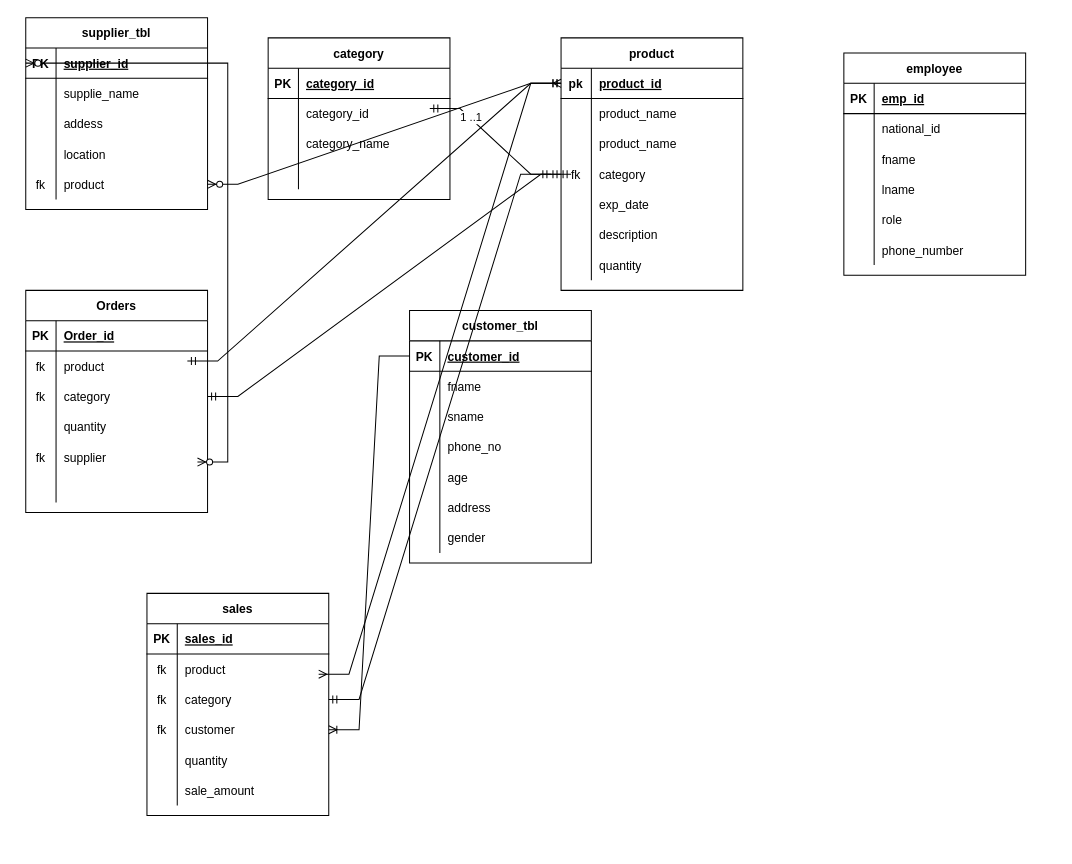
The draw.io diagram ARVAS_db.drawio in flavian-anselmo/Aqua-Monitoring-System, before the edit. Source tidied: cells renumbered, new cells numbered last; positions are measured from the earlier drawing's top-left corner, leaving out a move shared by most shapes. Both pictures are drawn from the tidied source at 101%, with x=0, y=0 at pixel (25, 17).
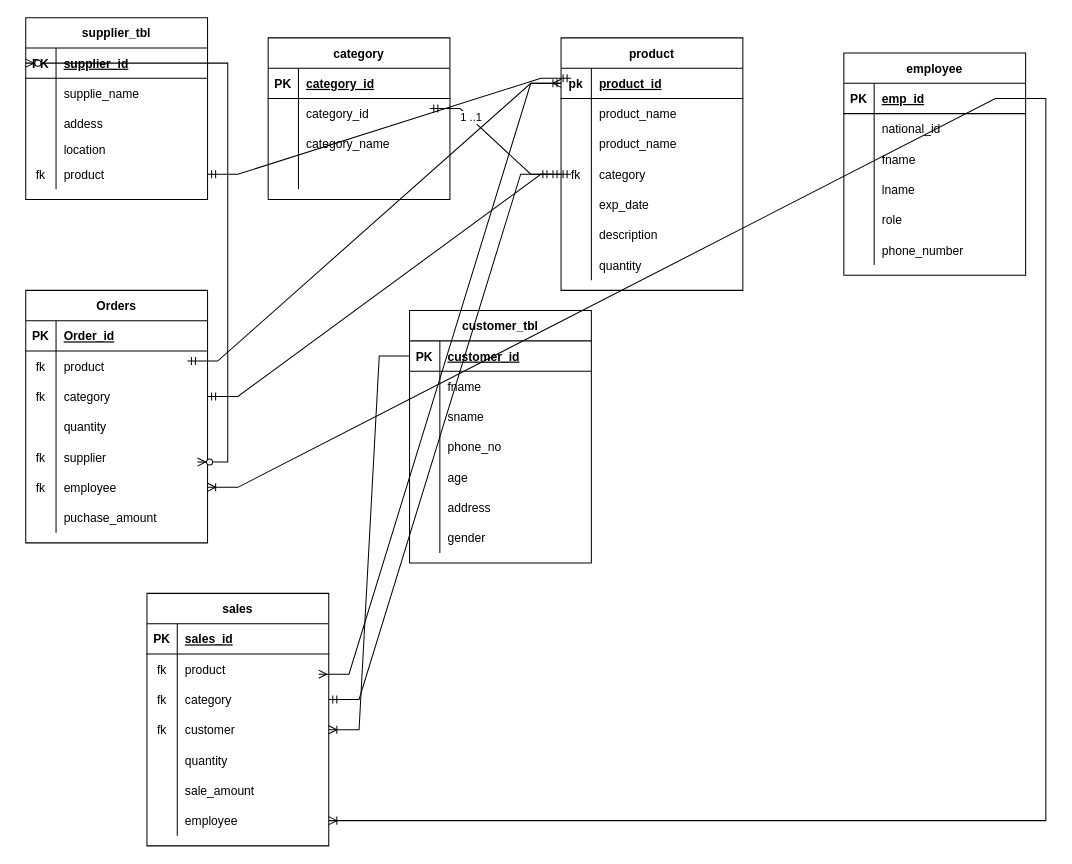
The same diagram, later.

The change refers to these unchanged cells:
```xml
<mxCell id="32" style="shape=tableRow;horizontal=0;startSize=0;swimlaneHead=0;swimlaneBody=0;fillColor=none;points=[[0,0.5],[1,0.5]];portConstraint=eastwest;top=0;left=0;right=0;bottom=1;" parent="31" vertex="1">
  <mxGeometry y="30" width="180" height="30" as="geometry" />
</mxCell>
<mxCell id="69" style="shape=tableRow;horizontal=0;startSize=0;swimlaneHead=0;swimlaneBody=0;fillColor=none;points=[[0,0.5],[1,0.5]];portConstraint=eastwest;top=0;left=0;right=0;bottom=0;" parent="53" vertex="1">
  <mxGeometry y="180" width="180" height="30" as="geometry" />
</mxCell>
<mxCell id="73" style="shape=tableRow;horizontal=0;startSize=0;swimlaneHead=0;swimlaneBody=0;fillColor=none;points=[[0,0.5],[1,0.5]];portConstraint=eastwest;top=0;left=0;right=0;bottom=1;" parent="72" vertex="1">
  <mxGeometry y="30" width="180" height="30" as="geometry" />
</mxCell>
```

Change to the diagram source:
```diff
@@
     <mxCell id="2" value="supplier_tbl" style="shape=table;startSize=30;childLayout=tableLayout;rowLines=0;fontStyle=1;align=center;" parent="1" vertex="1">
-      <mxGeometry width="180" height="190" as="geometry" />
+      <mxGeometry width="180" height="180" as="geometry" />
     </mxCell>
@@
     <mxCell id="12" style="shape=tableRow;horizontal=0;startSize=0;swimlaneHead=0;swimlaneBody=0;fillColor=none;top=0;left=0;right=0;bottom=0;" parent="2" vertex="1">
-      <mxGeometry y="120" width="180" height="30" as="geometry" />
+      <mxGeometry y="120" width="180" height="20" as="geometry" />
     </mxCell>
     <mxCell id="13" style="shape=partialRectangle;fillColor=none;top=0;left=0;bottom=0;right=0;overflow=hidden;" parent="12" vertex="1">
-      <mxGeometry width="30" height="30" as="geometry" />
+      <mxGeometry width="30" height="20" as="geometry" />
     </mxCell>
     <mxCell id="14" value="location" style="shape=partialRectangle;fillColor=none;top=0;left=0;bottom=0;right=0;align=left;spacingLeft=6;overflow=hidden;" parent="12" vertex="1">
-      <mxGeometry x="30" width="150" height="30" as="geometry" />
+      <mxGeometry x="30" width="150" height="20" as="geometry" />
     </mxCell>
     <mxCell id="15" style="shape=tableRow;horizontal=0;startSize=0;swimlaneHead=0;swimlaneBody=0;fillColor=none;points=[[0,0.5],[1,0.5]];portConstraint=eastwest;top=0;left=0;right=0;bottom=0;" parent="2" vertex="1">
-      <mxGeometry y="150" width="180" height="30" as="geometry" />
+      <mxGeometry y="140" width="180" height="30" as="geometry" />
     </mxCell>
@@
     <mxCell id="53" value="Orders" style="shape=table;startSize=30;childLayout=tableLayout;rowLines=0;fontStyle=1;align=center;" parent="1" vertex="1">
-      <mxGeometry y="270" width="180" height="220" as="geometry" />
+      <mxGeometry y="270" width="180" height="250" as="geometry" />
     </mxCell>
@@
-    <mxCell id="70" style="shape=partialRectangle;fillColor=none;top=0;left=0;bottom=0;right=0;overflow=hidden;" parent="69" vertex="1">
+    <mxCell id="70" value="fk" style="shape=partialRectangle;fillColor=none;top=0;left=0;bottom=0;right=0;overflow=hidden;" parent="69" vertex="1">
       <mxGeometry width="30" height="30" as="geometry" />
     </mxCell>
-    <mxCell id="71" style="shape=partialRectangle;fillColor=none;top=0;left=0;bottom=0;right=0;align=left;spacingLeft=6;overflow=hidden;" parent="69" vertex="1">
+    <mxCell id="71" value="employee" style="shape=partialRectangle;fillColor=none;top=0;left=0;bottom=0;right=0;align=left;spacingLeft=6;overflow=hidden;" parent="69" vertex="1">
       <mxGeometry x="30" width="150" height="30" as="geometry" />
     </mxCell>
+    <mxCell id="141" style="shape=tableRow;horizontal=0;startSize=0;swimlaneHead=0;swimlaneBody=0;fillColor=none;top=0;left=0;right=0;bottom=0;" parent="53" vertex="1">
+      <mxGeometry y="210" width="180" height="30" as="geometry" />
+    </mxCell>
+    <mxCell id="142" style="shape=partialRectangle;fillColor=none;top=0;left=0;bottom=0;right=0;overflow=hidden;" parent="141" vertex="1">
+      <mxGeometry width="30" height="30" as="geometry" />
+    </mxCell>
+    <mxCell id="143" value="puchase_amount" style="shape=partialRectangle;fillColor=none;top=0;left=0;bottom=0;right=0;align=left;spacingLeft=6;overflow=hidden;" parent="141" vertex="1">
+      <mxGeometry x="30" width="150" height="30" as="geometry" />
+    </mxCell>
@@
     <mxCell id="91" value="sales" style="shape=table;startSize=30;childLayout=tableLayout;rowLines=0;fontStyle=1;align=center;" parent="1" vertex="1">
-      <mxGeometry x="120" y="570" width="180" height="220" as="geometry" />
+      <mxGeometry x="120" y="570" width="180" height="250" as="geometry" />
     </mxCell>
@@
+    <mxCell id="144" style="shape=tableRow;horizontal=0;startSize=0;swimlaneHead=0;swimlaneBody=0;fillColor=none;points=[[0,0.5],[1,0.5]];portConstraint=eastwest;top=0;left=0;right=0;bottom=0;" parent="91" vertex="1">
+      <mxGeometry y="210" width="180" height="30" as="geometry" />
+    </mxCell>
+    <mxCell id="145" style="shape=partialRectangle;fillColor=none;top=0;left=0;bottom=0;right=0;overflow=hidden;" parent="144" vertex="1">
+      <mxGeometry width="30" height="30" as="geometry" />
+    </mxCell>
+    <mxCell id="146" value="employee" style="shape=partialRectangle;fillColor=none;top=0;left=0;bottom=0;right=0;align=left;spacingLeft=6;overflow=hidden;" parent="144" vertex="1">
+      <mxGeometry x="30" width="150" height="30" as="geometry" />
+    </mxCell>
@@
-    <mxCell id="134" style="edgeStyle=entityRelationEdgeStyle;fontSize=12;html=1;endArrow=ERzeroToMany;startArrow=ERmandOne;rounded=0;exitX=0;exitY=0.5;exitDx=0;exitDy=0;" parent="1" edge="1" source="32" target="15">
-      <mxGeometry relative="1" as="geometry" />
-    </mxCell>
@@
+    <mxCell id="147" style="edgeStyle=entityRelationEdgeStyle;fontSize=12;html=1;endArrow=ERoneToMany;rounded=0;exitX=1;exitY=0.5;exitDx=0;exitDy=0;" parent="1" edge="1" source="73" target="69">
+      <mxGeometry relative="1" as="geometry" />
+    </mxCell>
+    <mxCell id="148" style="edgeStyle=entityRelationEdgeStyle;fontSize=12;html=1;endArrow=ERoneToMany;rounded=0;" parent="1" edge="1" target="144">
+      <mxGeometry relative="1" as="geometry">
+        <mxPoint x="980" y="80" as="sourcePoint" />
+      </mxGeometry>
+    </mxCell>
+    <mxCell id="149" style="edgeStyle=entityRelationEdgeStyle;fontSize=12;html=1;endArrow=ERmandOne;startArrow=ERmandOne;rounded=0;" parent="1" edge="1" source="15">
+      <mxGeometry relative="1" as="geometry">
+        <mxPoint x="540" y="60" as="targetPoint" />
+      </mxGeometry>
+    </mxCell>
```
